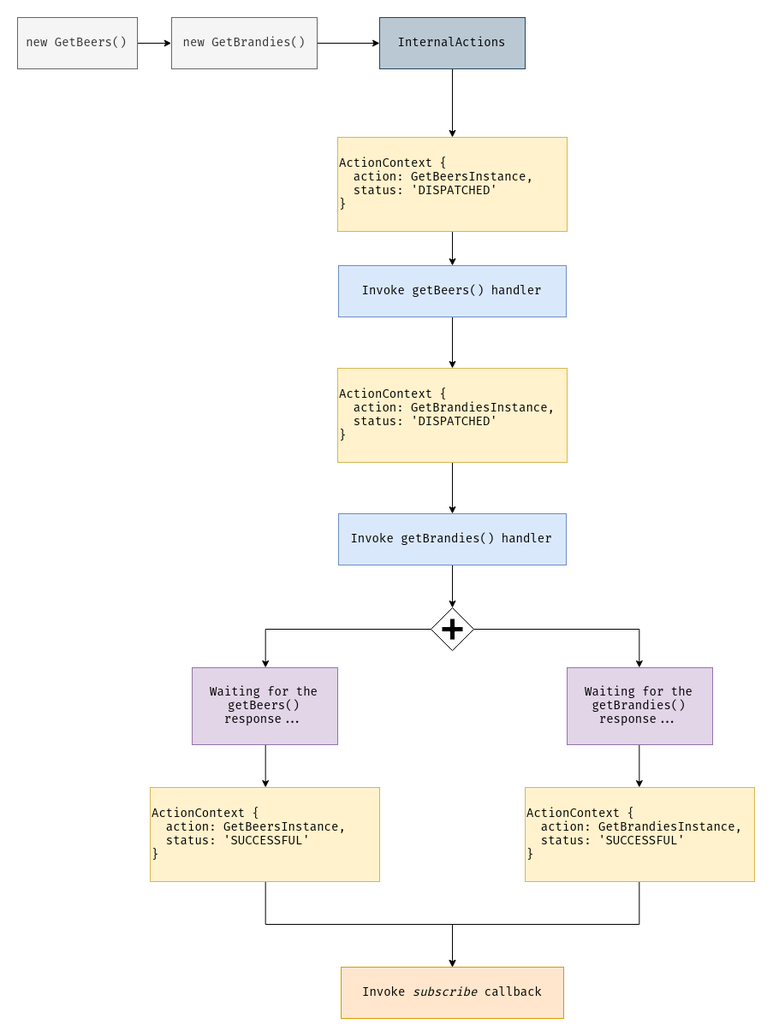
This is docs/assets/actions-lifecycle.png from ngxs/store, a draw.io export, as it was before one commit. Source tidied: cells renumbered, new cells last; positions are measured from the earlier drawing's top-left corner, leaving out a move shared by most shapes.
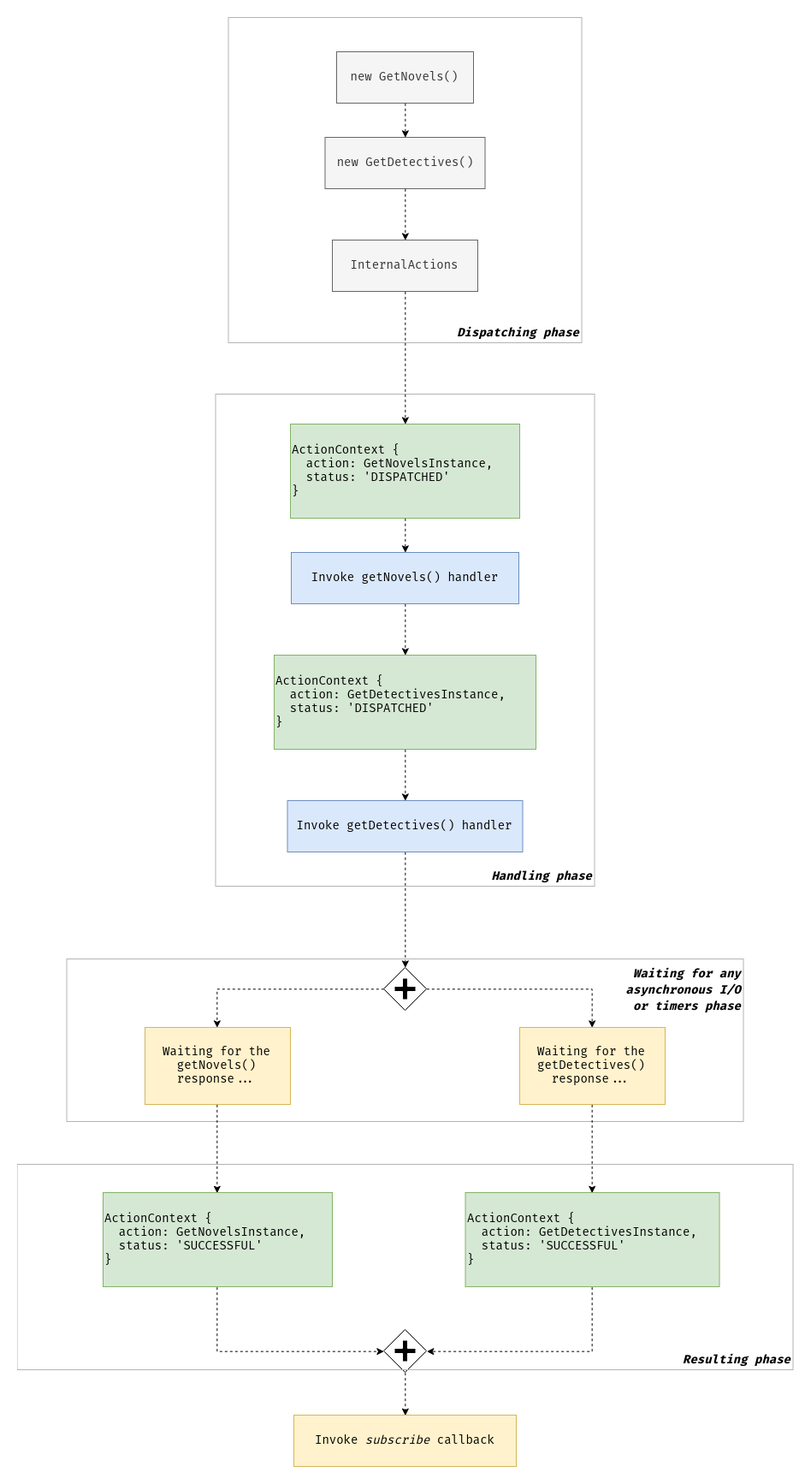
Above is the later version.

Commit message:
docs: enhance docs about actions lifecycle

Diff of the diagram source:
```diff
@@ -2,91 +2,109 @@
   <root>
     <mxCell id="0" />
     <mxCell id="1" parent="0" />
-    <mxCell id="2" style="edgeStyle=orthogonalEdgeStyle;rounded=0;jettySize=auto;html=1;exitX=1;exitY=0.5;exitDx=0;exitDy=0;entryX=0;entryY=0.5;entryDx=0;entryDy=0;" parent="1" edge="1" source="3" target="5">
-      <mxGeometry relative="1" as="geometry" />
-    </mxCell>
-    <mxCell id="3" value="&lt;font style=&quot;font-size: 14px&quot;&gt;new GetBeers()&lt;/font&gt;" style="rounded=0;whiteSpace=wrap;html=1;fontFamily=Fira Code;fillColor=#f5f5f5;strokeColor=#666666;fontColor=#333333;" parent="1" vertex="1">
-      <mxGeometry width="140" height="60" as="geometry" />
-    </mxCell>
-    <mxCell id="4" style="edgeStyle=orthogonalEdgeStyle;rounded=0;jettySize=auto;html=1;exitX=1;exitY=0.5;exitDx=0;exitDy=0;entryX=0;entryY=0.5;entryDx=0;entryDy=0;" parent="1" edge="1" source="5" target="7">
-      <mxGeometry relative="1" as="geometry" />
-    </mxCell>
-    <mxCell id="5" value="&lt;font style=&quot;font-size: 14px&quot;&gt;new GetBrandies()&lt;/font&gt;" style="rounded=0;whiteSpace=wrap;html=1;fontFamily=Fira Code;fillColor=#f5f5f5;strokeColor=#666666;fontColor=#333333;" parent="1" vertex="1">
-      <mxGeometry x="180" width="170" height="60" as="geometry" />
-    </mxCell>
-    <mxCell id="6" style="edgeStyle=orthogonalEdgeStyle;rounded=0;jettySize=auto;html=1;exitX=0.5;exitY=1;exitDx=0;exitDy=0;entryX=0.5;entryY=0;entryDx=0;entryDy=0;" parent="1" edge="1" source="7" target="9">
-      <mxGeometry relative="1" as="geometry" />
-    </mxCell>
+    <mxCell id="28" value="&lt;font face=&quot;Fira Code&quot;&gt;&lt;span style=&quot;font-size: 16px&quot;&gt;&lt;b style=&quot;font-size: 14px&quot;&gt;&lt;i&gt;Waiting for any&lt;br&gt;asynchronous I/O&lt;br&gt;or timers phase&lt;/i&gt;&lt;/b&gt;&lt;/span&gt;&lt;/font&gt;" style="rounded=0;whiteSpace=wrap;html=1;fillColor=none;verticalAlign=top;align=right;horizontal=1;strokeColor=#B3B3B3;" parent="1" vertex="1">
+      <mxGeometry x="292.5" y="1050" width="791" height="190" as="geometry" />
+    </mxCell>
+    <mxCell id="29" value="&lt;font style=&quot;font-size: 14px&quot; face=&quot;Fira Code&quot;&gt;&lt;i&gt;&lt;b&gt;Handling phase&lt;/b&gt;&lt;/i&gt;&lt;/font&gt;" style="rounded=0;whiteSpace=wrap;html=1;fillColor=none;verticalAlign=bottom;align=right;horizontal=1;strokeColor=#B3B3B3;" parent="1" vertex="1">
+      <mxGeometry x="466.5" y="390" width="443" height="575" as="geometry" />
+    </mxCell>
+    <mxCell id="30" value="&lt;b&gt;&lt;font style=&quot;font-size: 14px&quot; face=&quot;Fira Code&quot;&gt;&lt;i&gt;Dispatching phase&lt;/i&gt;&lt;/font&gt;&lt;/b&gt;" style="rounded=0;whiteSpace=wrap;html=1;fillColor=none;verticalAlign=bottom;align=right;horizontal=1;strokeColor=#B3B3B3;" parent="1" vertex="1">
+      <mxGeometry x="481.5" y="-50" width="413" height="380" as="geometry" />
+    </mxCell>
+    <mxCell id="31" style="edgeStyle=orthogonalEdgeStyle;rounded=0;jettySize=auto;html=1;exitX=0.5;exitY=1;exitDx=0;exitDy=0;entryX=0.5;entryY=0;entryDx=0;entryDy=0;dashed=1;" parent="1" edge="1" source="32" target="34">
+      <mxGeometry relative="1" as="geometry" />
+    </mxCell>
+    <mxCell id="32" value="&lt;font style=&quot;font-size: 14px&quot;&gt;new GetNovels()&lt;/font&gt;" style="rounded=0;whiteSpace=wrap;html=1;fontFamily=Fira Code;fillColor=#f5f5f5;strokeColor=#666666;fontColor=#333333;" parent="1" vertex="1">
+      <mxGeometry x="608" y="-10" width="160" height="60" as="geometry" />
+    </mxCell>
+    <mxCell id="33" style="edgeStyle=orthogonalEdgeStyle;rounded=0;jettySize=auto;html=1;exitX=0.5;exitY=1;exitDx=0;exitDy=0;entryX=0.5;entryY=0;entryDx=0;entryDy=0;dashed=1;" parent="1" edge="1" source="34" target="7">
+      <mxGeometry relative="1" as="geometry" />
+    </mxCell>
+    <mxCell id="34" value="&lt;font style=&quot;font-size: 14px&quot;&gt;new GetDetectives()&lt;/font&gt;" style="rounded=0;whiteSpace=wrap;html=1;fontFamily=Fira Code;fillColor=#f5f5f5;strokeColor=#666666;fontColor=#333333;" parent="1" vertex="1">
+      <mxGeometry x="594.5" y="90" width="187" height="60" as="geometry" />
+    </mxCell>
+    <mxCell id="35" style="edgeStyle=orthogonalEdgeStyle;rounded=0;jettySize=auto;html=1;exitX=0.5;exitY=1;exitDx=0;exitDy=0;entryX=0.5;entryY=0;entryDx=0;entryDy=0;dashed=1;" parent="1" edge="1" source="7" target="37">
+      <mxGeometry relative="1" as="geometry" />
+    </mxCell>
-    <mxCell id="7" value="&lt;font face=&quot;Fira Code&quot; style=&quot;font-size: 14px&quot;&gt;InternalActions&lt;/font&gt;" style="rounded=0;whiteSpace=wrap;html=1;fillColor=#bac8d3;strokeColor=#23445d;" parent="1" vertex="1">
-      <mxGeometry x="423" width="170" height="60" as="geometry" />
+    <mxCell id="7" value="&lt;font face=&quot;Fira Code&quot; style=&quot;font-size: 14px&quot;&gt;InternalActions&lt;/font&gt;" style="rounded=0;whiteSpace=wrap;html=1;fillColor=#f5f5f5;strokeColor=#666666;fontColor=#333333;" parent="1" vertex="1">
+      <mxGeometry x="603" y="210" width="170" height="60" as="geometry" />
     </mxCell>
-    <mxCell id="8" style="edgeStyle=orthogonalEdgeStyle;rounded=0;jettySize=auto;html=1;exitX=0.5;exitY=1;exitDx=0;exitDy=0;entryX=0.5;entryY=0;entryDx=0;entryDy=0;" parent="1" edge="1" source="9" target="13">
-      <mxGeometry relative="1" as="geometry" />
-    </mxCell>
-    <mxCell id="9" value="&lt;font style=&quot;font-size: 14px&quot; face=&quot;Fira Code&quot;&gt;ActionContext {&lt;br&gt;&amp;nbsp; action: GetBeersInstance,&lt;br&gt;&amp;nbsp; status: 'DISPATCHED'&lt;br&gt;}&lt;/font&gt;" style="rounded=0;whiteSpace=wrap;html=1;align=left;fillColor=#fff2cc;strokeColor=#d6b656;verticalAlign=middle;" parent="1" vertex="1">
-      <mxGeometry x="374" y="140" width="268" height="110" as="geometry" />
-    </mxCell>
-    <mxCell id="10" style="edgeStyle=orthogonalEdgeStyle;rounded=0;jettySize=auto;html=1;exitX=0.5;exitY=1;exitDx=0;exitDy=0;entryX=0.5;entryY=0;entryDx=0;entryDy=0;" parent="1" edge="1" source="11" target="18">
-      <mxGeometry relative="1" as="geometry" />
-    </mxCell>
-    <mxCell id="11" value="&lt;font style=&quot;font-size: 14px&quot; face=&quot;Fira Code&quot;&gt;ActionContext {&lt;br&gt;&amp;nbsp; action: GetBrandiesInstance,&lt;br&gt;&amp;nbsp; status: 'DISPATCHED'&lt;br&gt;}&lt;/font&gt;" style="rounded=0;whiteSpace=wrap;html=1;align=left;fillColor=#fff2cc;strokeColor=#d6b656;verticalAlign=middle;" parent="1" vertex="1">
-      <mxGeometry x="374" y="410" width="268" height="110" as="geometry" />
-    </mxCell>
-    <mxCell id="12" style="edgeStyle=orthogonalEdgeStyle;rounded=0;jettySize=auto;html=1;exitX=0.5;exitY=1;exitDx=0;exitDy=0;entryX=0.5;entryY=0;entryDx=0;entryDy=0;" parent="1" edge="1" source="13" target="11">
-      <mxGeometry relative="1" as="geometry" />
-    </mxCell>
-    <mxCell id="13" value="&lt;font style=&quot;font-size: 14px&quot; face=&quot;Fira Code&quot;&gt;Invoke getBeers() handler&lt;/font&gt;" style="rounded=0;whiteSpace=wrap;html=1;fillColor=#dae8fc;strokeColor=#6c8ebf;" parent="1" vertex="1">
-      <mxGeometry x="375" y="290" width="266" height="60" as="geometry" />
-    </mxCell>
-    <mxCell id="14" style="edgeStyle=orthogonalEdgeStyle;rounded=0;jettySize=auto;html=1;exitX=0;exitY=0.5;exitDx=0;exitDy=0;entryX=0.5;entryY=0;entryDx=0;entryDy=0;" parent="1" edge="1" source="16" target="20">
-      <mxGeometry relative="1" as="geometry">
-        <Array as="points">
-          <mxPoint x="289" y="715" />
-        </Array>
-      </mxGeometry>
-    </mxCell>
-    <mxCell id="15" style="edgeStyle=orthogonalEdgeStyle;rounded=0;jettySize=auto;html=1;exitX=1;exitY=0.5;exitDx=0;exitDy=0;entryX=0.5;entryY=0;entryDx=0;entryDy=0;" parent="1" edge="1" source="16" target="22">
-      <mxGeometry relative="1" as="geometry">
-        <Array as="points">
-          <mxPoint x="727" y="715" />
-        </Array>
-      </mxGeometry>
-    </mxCell>
-    <mxCell id="16" style="shape=mxgraph.bpmn.shape;html=1;verticalLabelPosition=bottom;labelBackgroundColor=#ffffff;verticalAlign=top;align=center;perimeter=rhombusPerimeter;background=gateway;outlineConnect=0;outline=none;symbol=parallelGw;" parent="1" vertex="1">
-      <mxGeometry x="483" y="690" width="50" height="50" as="geometry" />
-    </mxCell>
-    <mxCell id="17" style="edgeStyle=orthogonalEdgeStyle;rounded=0;jettySize=auto;html=1;exitX=0.5;exitY=1;exitDx=0;exitDy=0;entryX=0.5;entryY=0;entryDx=0;entryDy=0;" parent="1" edge="1" source="18" target="16">
-      <mxGeometry relative="1" as="geometry" />
-    </mxCell>
-    <mxCell id="18" value="&lt;font style=&quot;font-size: 14px&quot; face=&quot;Fira Code&quot;&gt;Invoke getBrandies() handler&lt;/font&gt;" style="rounded=0;whiteSpace=wrap;html=1;fillColor=#dae8fc;strokeColor=#6c8ebf;" parent="1" vertex="1">
-      <mxGeometry x="375" y="580" width="266" height="60" as="geometry" />
-    </mxCell>
-    <mxCell id="19" style="edgeStyle=orthogonalEdgeStyle;rounded=0;jettySize=auto;html=1;exitX=0.5;exitY=1;exitDx=0;exitDy=0;entryX=0.5;entryY=0;entryDx=0;entryDy=0;" parent="1" edge="1" source="20" target="24">
-      <mxGeometry relative="1" as="geometry" />
-    </mxCell>
-    <mxCell id="20" value="&lt;font style=&quot;font-size: 14px&quot; face=&quot;Fira Code&quot;&gt;Waiting for the getBeers() response...&lt;/font&gt;" style="rounded=0;whiteSpace=wrap;html=1;fillColor=#e1d5e7;strokeColor=#9673a6;" parent="1" vertex="1">
-      <mxGeometry x="204" y="760" width="170" height="90" as="geometry" />
-    </mxCell>
-    <mxCell id="21" style="edgeStyle=orthogonalEdgeStyle;rounded=0;jettySize=auto;html=1;exitX=0.5;exitY=1;exitDx=0;exitDy=0;entryX=0.5;entryY=0;entryDx=0;entryDy=0;" parent="1" edge="1" source="22" target="26">
-      <mxGeometry relative="1" as="geometry" />
-    </mxCell>
-    <mxCell id="22" value="&lt;font style=&quot;font-size: 14px&quot; face=&quot;Fira Code&quot;&gt;Waiting for the getBrandies() response...&lt;/font&gt;" style="rounded=0;whiteSpace=wrap;html=1;fillColor=#e1d5e7;strokeColor=#9673a6;" parent="1" vertex="1">
-      <mxGeometry x="642" y="760" width="170" height="90" as="geometry" />
-    </mxCell>
-    <mxCell id="23" style="edgeStyle=orthogonalEdgeStyle;rounded=0;jettySize=auto;html=1;exitX=0.5;exitY=1;exitDx=0;exitDy=0;entryX=0.5;entryY=0;entryDx=0;entryDy=0;" parent="1" edge="1" source="24" target="27">
-      <mxGeometry relative="1" as="geometry" />
-    </mxCell>
-    <mxCell id="24" value="&lt;font style=&quot;font-size: 14px&quot; face=&quot;Fira Code&quot;&gt;ActionContext {&lt;br&gt;&amp;nbsp; action: GetBeersInstance,&lt;br&gt;&amp;nbsp; status: 'SUCCESSFUL'&lt;br&gt;}&lt;/font&gt;" style="rounded=0;whiteSpace=wrap;html=1;align=left;fillColor=#fff2cc;strokeColor=#d6b656;verticalAlign=middle;" parent="1" vertex="1">
-      <mxGeometry x="155" y="900" width="268" height="110" as="geometry" />
-    </mxCell>
-    <mxCell id="25" style="edgeStyle=orthogonalEdgeStyle;rounded=0;jettySize=auto;html=1;exitX=0.5;exitY=1;exitDx=0;exitDy=0;entryX=0.5;entryY=0;entryDx=0;entryDy=0;" parent="1" edge="1" source="26" target="27">
-      <mxGeometry relative="1" as="geometry" />
-    </mxCell>
-    <mxCell id="26" value="&lt;font style=&quot;font-size: 14px&quot; face=&quot;Fira Code&quot;&gt;ActionContext {&lt;br&gt;&amp;nbsp; action: GetBrandiesInstance,&lt;br&gt;&amp;nbsp; status: 'SUCCESSFUL'&lt;br&gt;}&lt;/font&gt;" style="rounded=0;whiteSpace=wrap;html=1;align=left;fillColor=#fff2cc;strokeColor=#d6b656;verticalAlign=middle;" parent="1" vertex="1">
-      <mxGeometry x="593" y="900" width="268" height="110" as="geometry" />
-    </mxCell>
+    <mxCell id="36" style="edgeStyle=orthogonalEdgeStyle;rounded=0;jettySize=auto;html=1;exitX=0.5;exitY=1;exitDx=0;exitDy=0;entryX=0.5;entryY=0;entryDx=0;entryDy=0;dashed=1;" parent="1" edge="1" source="37" target="41">
+      <mxGeometry relative="1" as="geometry" />
+    </mxCell>
+    <mxCell id="37" value="&lt;font style=&quot;font-size: 14px&quot; face=&quot;Fira Code&quot;&gt;ActionContext {&lt;br&gt;&amp;nbsp; action: GetNovelsInstance,&lt;br&gt;&amp;nbsp; status: 'DISPATCHED'&lt;br&gt;}&lt;/font&gt;" style="rounded=0;whiteSpace=wrap;html=1;align=left;fillColor=#d5e8d4;strokeColor=#82b366;verticalAlign=middle;" parent="1" vertex="1">
+      <mxGeometry x="554" y="425" width="268" height="110" as="geometry" />
+    </mxCell>
+    <mxCell id="38" style="edgeStyle=orthogonalEdgeStyle;rounded=0;jettySize=auto;html=1;exitX=0.5;exitY=1;exitDx=0;exitDy=0;entryX=0.5;entryY=0;entryDx=0;entryDy=0;dashed=1;" parent="1" edge="1" source="39" target="46">
+      <mxGeometry relative="1" as="geometry" />
+    </mxCell>
+    <mxCell id="39" value="&lt;font style=&quot;font-size: 14px&quot; face=&quot;Fira Code&quot;&gt;ActionContext {&lt;br&gt;&amp;nbsp; action: GetDetectivesInstance,&lt;br&gt;&amp;nbsp; status: 'DISPATCHED'&lt;br&gt;}&lt;/font&gt;" style="rounded=0;whiteSpace=wrap;html=1;align=left;fillColor=#d5e8d4;strokeColor=#82b366;verticalAlign=middle;" parent="1" vertex="1">
+      <mxGeometry x="535" y="695" width="306" height="110" as="geometry" />
+    </mxCell>
+    <mxCell id="40" style="edgeStyle=orthogonalEdgeStyle;rounded=0;jettySize=auto;html=1;exitX=0.5;exitY=1;exitDx=0;exitDy=0;entryX=0.5;entryY=0;entryDx=0;entryDy=0;dashed=1;" parent="1" edge="1" source="41" target="39">
+      <mxGeometry relative="1" as="geometry" />
+    </mxCell>
+    <mxCell id="41" value="&lt;font style=&quot;font-size: 14px&quot; face=&quot;Fira Code&quot;&gt;Invoke getNovels() handler&lt;/font&gt;" style="rounded=0;whiteSpace=wrap;html=1;fillColor=#dae8fc;strokeColor=#6c8ebf;" parent="1" vertex="1">
+      <mxGeometry x="555" y="575" width="266" height="60" as="geometry" />
+    </mxCell>
+    <mxCell id="42" style="edgeStyle=orthogonalEdgeStyle;rounded=0;jettySize=auto;html=1;exitX=0;exitY=0.5;exitDx=0;exitDy=0;entryX=0.5;entryY=0;entryDx=0;entryDy=0;dashed=1;" parent="1" edge="1" source="44" target="48">
+      <mxGeometry relative="1" as="geometry">
+        <Array as="points">
+          <mxPoint x="469" y="1085" />
+        </Array>
+      </mxGeometry>
+    </mxCell>
+    <mxCell id="43" style="edgeStyle=orthogonalEdgeStyle;rounded=0;jettySize=auto;html=1;exitX=1;exitY=0.5;exitDx=0;exitDy=0;entryX=0.5;entryY=0;entryDx=0;entryDy=0;dashed=1;" parent="1" edge="1" source="44" target="50">
+      <mxGeometry relative="1" as="geometry">
+        <Array as="points">
+          <mxPoint x="907" y="1085" />
+        </Array>
+      </mxGeometry>
+    </mxCell>
+    <mxCell id="44" style="shape=mxgraph.bpmn.shape;html=1;verticalLabelPosition=bottom;labelBackgroundColor=#ffffff;verticalAlign=top;align=center;perimeter=rhombusPerimeter;background=gateway;outlineConnect=0;outline=none;symbol=parallelGw;" parent="1" vertex="1">
+      <mxGeometry x="663" y="1060" width="50" height="50" as="geometry" />
+    </mxCell>
+    <mxCell id="45" style="edgeStyle=orthogonalEdgeStyle;rounded=0;jettySize=auto;html=1;exitX=0.5;exitY=1;exitDx=0;exitDy=0;entryX=0.5;entryY=0;entryDx=0;entryDy=0;dashed=1;" parent="1" edge="1" source="46" target="44">
+      <mxGeometry relative="1" as="geometry" />
+    </mxCell>
+    <mxCell id="46" value="&lt;font style=&quot;font-size: 14px&quot; face=&quot;Fira Code&quot;&gt;Invoke getDetectives() handler&lt;/font&gt;" style="rounded=0;whiteSpace=wrap;html=1;fillColor=#dae8fc;strokeColor=#6c8ebf;" parent="1" vertex="1">
+      <mxGeometry x="550.5" y="865" width="275" height="60" as="geometry" />
+    </mxCell>
+    <mxCell id="47" style="edgeStyle=orthogonalEdgeStyle;rounded=0;jettySize=auto;html=1;exitX=0.5;exitY=1;exitDx=0;exitDy=0;entryX=0.5;entryY=0;entryDx=0;entryDy=0;dashed=1;" parent="1" edge="1" source="48" target="52">
+      <mxGeometry relative="1" as="geometry" />
+    </mxCell>
+    <mxCell id="48" value="&lt;font style=&quot;font-size: 14px&quot; face=&quot;Fira Code&quot;&gt;Waiting for the getNovels() response...&lt;/font&gt;" style="rounded=0;whiteSpace=wrap;html=1;fillColor=#fff2cc;strokeColor=#d6b656;" parent="1" vertex="1">
+      <mxGeometry x="384" y="1130" width="170" height="90" as="geometry" />
+    </mxCell>
+    <mxCell id="49" style="edgeStyle=orthogonalEdgeStyle;rounded=0;jettySize=auto;html=1;exitX=0.5;exitY=1;exitDx=0;exitDy=0;entryX=0.5;entryY=0;entryDx=0;entryDy=0;dashed=1;" parent="1" edge="1" source="50" target="54">
+      <mxGeometry relative="1" as="geometry" />
+    </mxCell>
+    <mxCell id="50" value="&lt;font style=&quot;font-size: 14px&quot; face=&quot;Fira Code&quot;&gt;Waiting for the getDetectives() response...&lt;/font&gt;" style="rounded=0;whiteSpace=wrap;html=1;fillColor=#fff2cc;strokeColor=#d6b656;" parent="1" vertex="1">
+      <mxGeometry x="822" y="1130" width="170" height="90" as="geometry" />
+    </mxCell>
+    <mxCell id="51" style="edgeStyle=orthogonalEdgeStyle;rounded=0;jettySize=auto;html=1;exitX=0.5;exitY=1;exitDx=0;exitDy=0;entryX=0.5;entryY=0;entryDx=0;entryDy=0;dashed=1;" parent="1" edge="1" source="55" target="27">
+      <mxGeometry relative="1" as="geometry" />
+    </mxCell>
+    <mxCell id="52" value="&lt;font style=&quot;font-size: 14px&quot; face=&quot;Fira Code&quot;&gt;ActionContext {&lt;br&gt;&amp;nbsp; action: GetNovelsInstance,&lt;br&gt;&amp;nbsp; status: 'SUCCESSFUL'&lt;br&gt;}&lt;/font&gt;" style="rounded=0;whiteSpace=wrap;html=1;align=left;fillColor=#d5e8d4;strokeColor=#82b366;verticalAlign=middle;" parent="1" vertex="1">
+      <mxGeometry x="335" y="1323" width="268" height="110" as="geometry" />
+    </mxCell>
+    <mxCell id="53" style="edgeStyle=orthogonalEdgeStyle;rounded=0;jettySize=auto;html=1;exitX=0.5;exitY=1;exitDx=0;exitDy=0;dashed=1;entryX=1;entryY=0.5;entryDx=0;entryDy=0;" parent="1" edge="1" source="54" target="55">
+      <mxGeometry relative="1" as="geometry" />
+    </mxCell>
+    <mxCell id="54" value="&lt;font style=&quot;font-size: 14px&quot; face=&quot;Fira Code&quot;&gt;ActionContext {&lt;br&gt;&amp;nbsp; action: GetDetectivesInstance,&lt;br&gt;&amp;nbsp; status: 'SUCCESSFUL'&lt;br&gt;}&lt;/font&gt;" style="rounded=0;whiteSpace=wrap;html=1;align=left;fillColor=#d5e8d4;strokeColor=#82b366;verticalAlign=middle;" parent="1" vertex="1">
+      <mxGeometry x="758.5" y="1323" width="297" height="110" as="geometry" />
+    </mxCell>
-    <mxCell id="27" value="&lt;font style=&quot;font-size: 14px&quot; face=&quot;Fira Code&quot;&gt;Invoke &lt;i&gt;subscribe&lt;/i&gt; callback&lt;/font&gt;" style="rounded=0;whiteSpace=wrap;html=1;fillColor=#ffe6cc;strokeColor=#d79b00;" parent="1" vertex="1">
-      <mxGeometry x="378" y="1110" width="260" height="60" as="geometry" />
+    <mxCell id="27" value="&lt;font style=&quot;font-size: 14px&quot; face=&quot;Fira Code&quot;&gt;Invoke &lt;i&gt;subscribe&lt;/i&gt; callback&lt;/font&gt;" style="rounded=0;whiteSpace=wrap;html=1;fillColor=#fff2cc;strokeColor=#d6b656;" parent="1" vertex="1">
+      <mxGeometry x="558" y="1583" width="260" height="60" as="geometry" />
     </mxCell>
+    <mxCell id="55" style="shape=mxgraph.bpmn.shape;html=1;verticalLabelPosition=bottom;labelBackgroundColor=#ffffff;verticalAlign=top;align=center;perimeter=rhombusPerimeter;background=gateway;outlineConnect=0;outline=none;symbol=parallelGw;" parent="1" vertex="1">
+      <mxGeometry x="663" y="1483" width="50" height="50" as="geometry" />
+    </mxCell>
+    <mxCell id="56" style="edgeStyle=orthogonalEdgeStyle;rounded=0;jettySize=auto;html=1;exitX=0.5;exitY=1;exitDx=0;exitDy=0;entryX=0;entryY=0.5;entryDx=0;entryDy=0;dashed=1;" parent="1" edge="1" source="52" target="55">
+      <mxGeometry relative="1" as="geometry" />
+    </mxCell>
+    <mxCell id="57" value="&lt;font face=&quot;Fira Code&quot;&gt;&lt;span style=&quot;font-size: 14px&quot;&gt;&lt;b&gt;&lt;i&gt;Resulting phase&lt;/i&gt;&lt;/b&gt;&lt;/span&gt;&lt;/font&gt;" style="rounded=0;whiteSpace=wrap;html=1;fillColor=none;verticalAlign=bottom;align=right;horizontal=1;strokeColor=#B3B3B3;" parent="1" vertex="1">
+      <mxGeometry x="234.5" y="1290" width="907" height="240" as="geometry" />
+    </mxCell>
   </root>
 </mxGraphModel>
```
